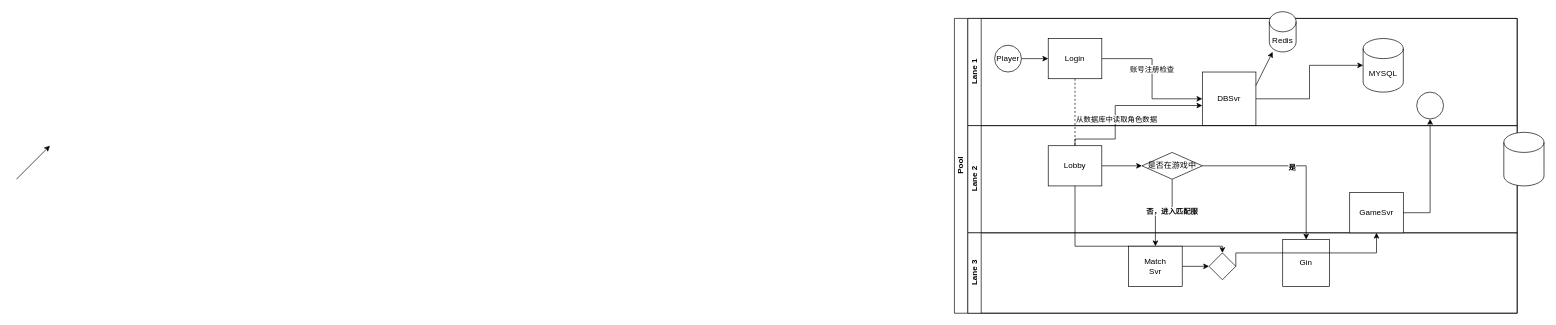
Before: Untitled Diagram.drawio in bactq/cmder, a draw.io diagram. Source tidied: cells renumbered, new cells numbered last; positions are measured from the earlier drawing's top-left corner, leaving out a move shared by most shapes. Both pictures are drawn from the tidied source at 67%, with x=0, y=0 at pixel (16, 11).
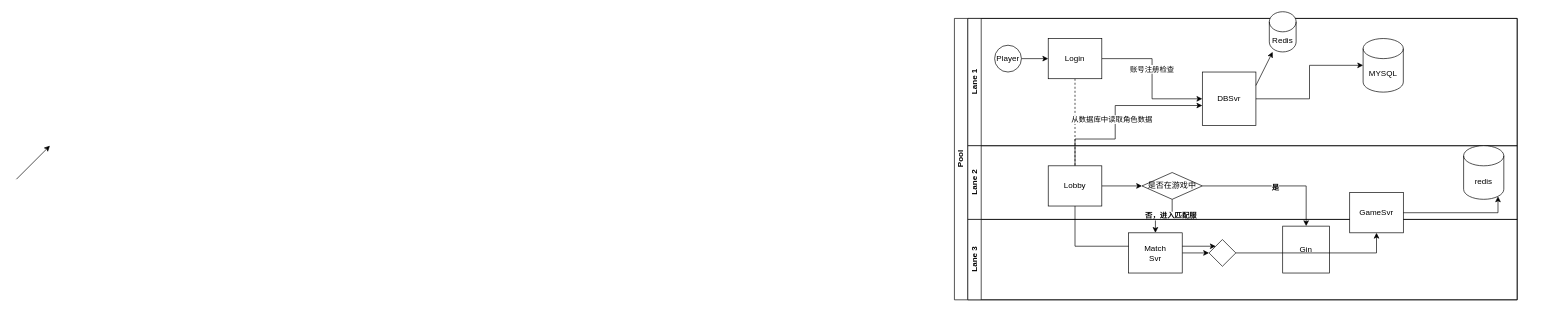
The same diagram, later.

Unchanged cells that the change refers to:
```xml
<mxCell id="29" value="GameSvr&lt;br&gt;" style="rounded=0;whiteSpace=wrap;html=1;fontFamily=Helvetica;fontSize=12;fontColor=#000000;align=center;" parent="1" vertex="1">
  <mxGeometry x="1990" y="270" width="80" height="60" as="geometry" />
</mxCell>
```

The edit, as a diff of the source:
```diff
@@
     <mxCell id="2" value="Pool" style="swimlane;html=1;horizontal=0;startSize=20;" parent="1" vertex="1">
-      <mxGeometry x="1400" y="10" width="840" height="440" as="geometry" />
+      <mxGeometry x="1400" y="10" width="840" height="420" as="geometry" />
     </mxCell>
@@
     <mxCell id="7" value="Lane 1" style="swimlane;html=1;startSize=20;horizontal=0;" parent="2" vertex="1">
-      <mxGeometry x="20" width="820" height="160" as="geometry" />
+      <mxGeometry x="20" width="820" height="190" as="geometry" />
     </mxCell>
@@
     <mxCell id="16" value="Lane 2" style="swimlane;html=1;startSize=20;horizontal=0;" parent="2" vertex="1">
-      <mxGeometry x="20" y="160" width="820" height="160" as="geometry" />
+      <mxGeometry x="20" y="190" width="820" height="110" as="geometry" />
     </mxCell>
@@
+    <mxCell id="35" value="redis" style="shape=cylinder3;whiteSpace=wrap;html=1;boundedLbl=1;backgroundOutline=1;size=15;" parent="16" vertex="1">
+      <mxGeometry x="740" width="60" height="80" as="geometry" />
+    </mxCell>
     <mxCell id="20" value="Lane 3" style="swimlane;html=1;startSize=20;horizontal=0;" parent="2" vertex="1">
-      <mxGeometry x="20" y="320" width="820" height="120" as="geometry" />
+      <mxGeometry x="20" y="300" width="820" height="120" as="geometry" />
     </mxCell>
@@
-    <mxCell id="31" style="edgeStyle=orthogonalEdgeStyle;rounded=0;jettySize=auto;html=1;endArrow=classic;endFill=1;" parent="1" edge="1" source="29" target="32">
-      <mxGeometry relative="1" as="geometry" />
+    <mxCell id="31" style="edgeStyle=orthogonalEdgeStyle;rounded=0;jettySize=auto;html=1;endArrow=classic;endFill=1;entryX=0.855;entryY=1;entryDx=0;entryDy=-4.35;entryPerimeter=0;" parent="1" edge="1" source="29" target="35">
+      <mxGeometry relative="1" as="geometry">
+        <Array as="points">
+          <mxPoint x="2211" y="300" />
+        </Array>
+      </mxGeometry>
     </mxCell>
-    <mxCell id="32" style="ellipse;whiteSpace=wrap;html=1;" parent="1" vertex="1">
-      <mxGeometry x="2090" y="120" width="40" height="40" as="geometry" />
-    </mxCell>
@@
-    <mxCell id="35" style="shape=cylinder3;whiteSpace=wrap;html=1;boundedLbl=1;backgroundOutline=1;size=15;" parent="1" vertex="1">
-      <mxGeometry x="2220" y="180" width="60" height="80" as="geometry" />
-    </mxCell>
```
